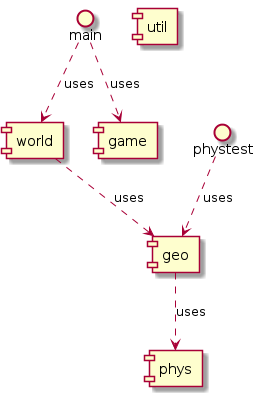
This is doc/components.png from andrenho/newhope, a PlantUML export, as it was before one commit.
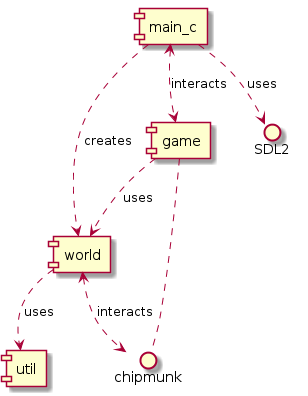
The same file after the commit.

Change to the diagram source:
```diff
@@ -1,10 +1,11 @@
 @startuml
 
-[geo] ..> [phys] : uses
-[world] ..> [geo] : uses
-main ..> [world] : uses
-main ..> [game] : uses
-[util]
-phystest ..> [geo] : uses
+[main_c] ..> [world] : creates
+[main_c] <..> [game] : interacts
+[game] ..> [world] : uses
+[world] ..> [util] : uses
+[game] .. chipmunk
+[world] <..> chipmunk : interacts
+[main_c] ..> SDL2 : uses
 
 @enduml
```
